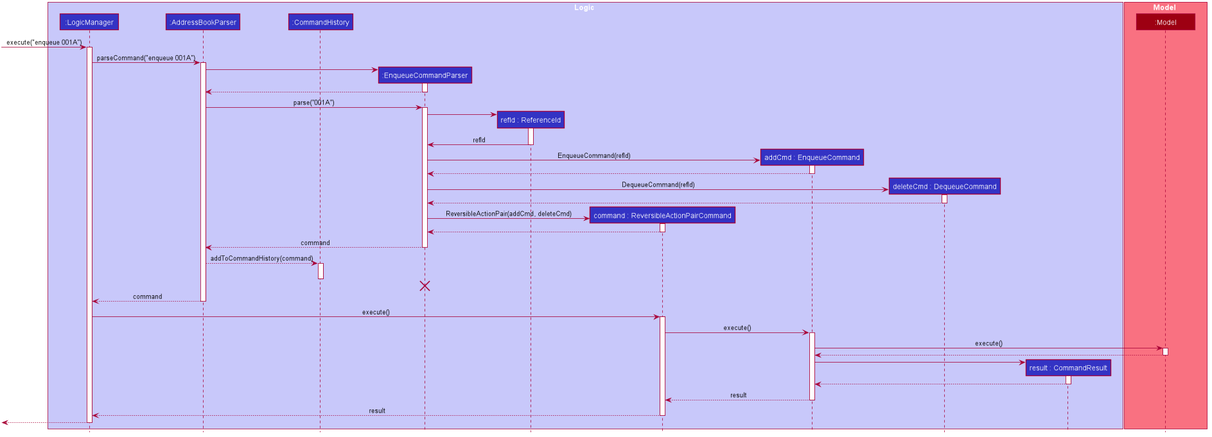
Above: docs/images/EnqueueSequenceDiagram.png in nus-cs2103-AY1920S1/addressbook-level3 (PlantUML), before the change.
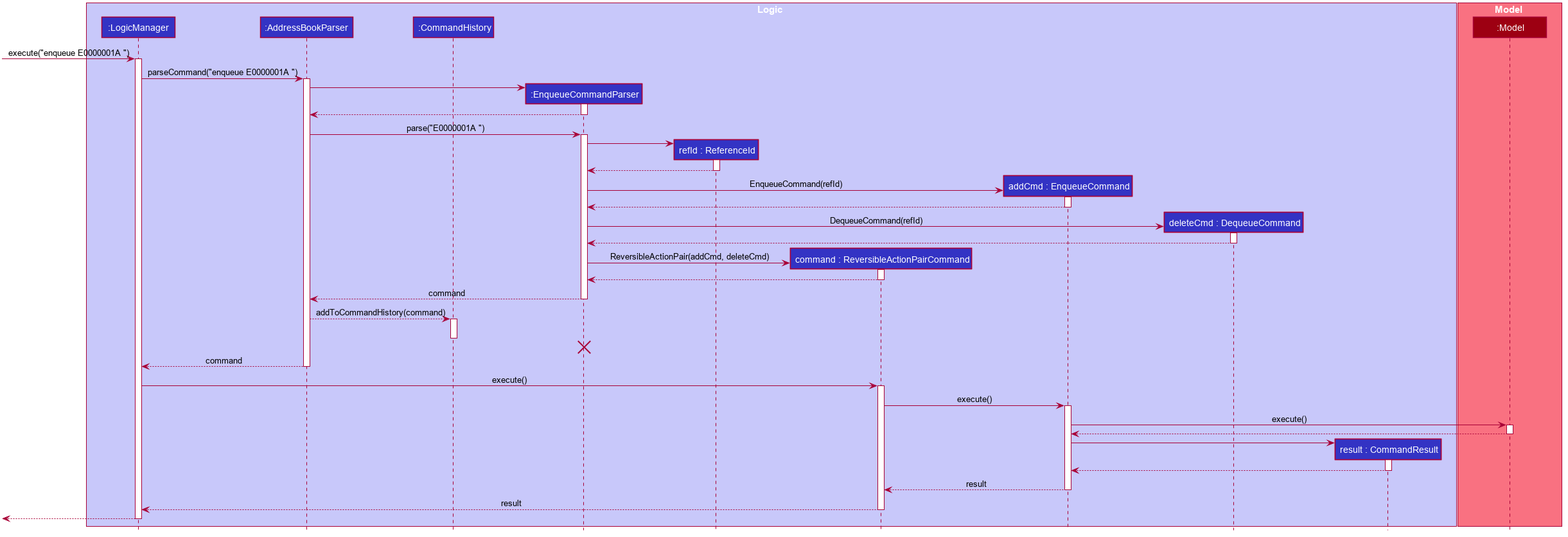
After the commit.

Commit message:
Edits sequence diagrams for enqueue and next commands

The edit, as a diff of the source:
```diff
@@ -64,10 +64,10 @@
 participant ":Model" as Model #9D0012
 end box
 
-[-> LogicManager : execute("enqueue 001A")
+[-> LogicManager : execute("enqueue E0000001A ")
 activate LogicManager
 
-LogicManager -> AddressBookParser : parseCommand("enqueue 001A")
+LogicManager -> AddressBookParser : parseCommand("enqueue E0000001A ")
 activate AddressBookParser
 
 create EnqueueCommandParser
@@ -77,13 +77,13 @@
 EnqueueCommandParser --> AddressBookParser
 deactivate EnqueueCommandParser
 
-AddressBookParser -> EnqueueCommandParser : parse("001A")
+AddressBookParser -> EnqueueCommandParser : parse("E0000001A ")
 activate EnqueueCommandParser
 
 create ReferenceId
 EnqueueCommandParser -> ReferenceId
 activate ReferenceId
-ReferenceId -> EnqueueCommandParser : refId
+ReferenceId --> EnqueueCommandParser
 deactivate ReferenceId
 
 create EnqueueCommand
```
